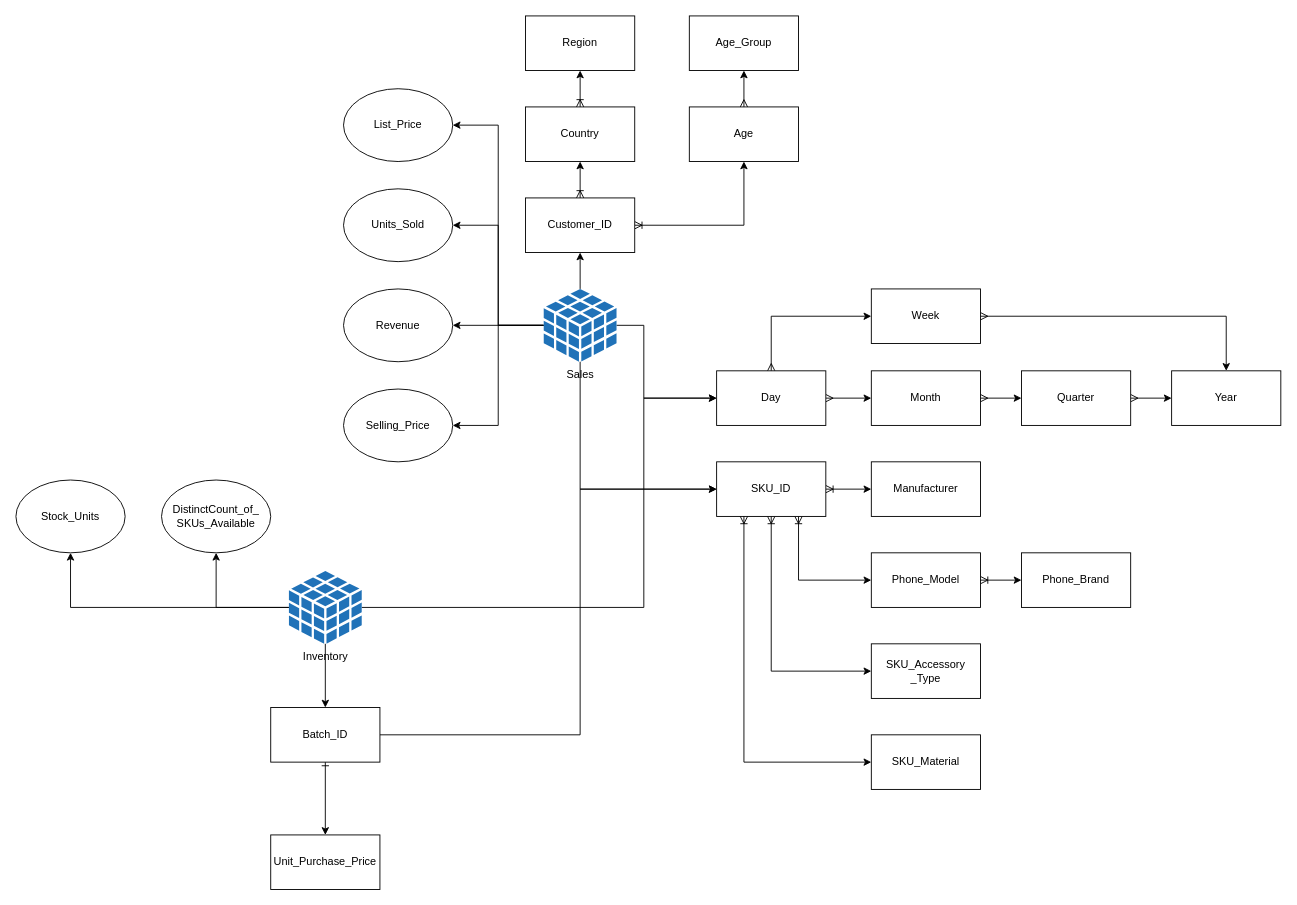
The draw.io diagram Data Warehousing/MultiDim_Modelling_Exercise/M/ER_Diagram.drawio in pmarcello01/Marcell_Poerczi_BIPM2026, before the edit. Source tidied: cells renumbered, new cells numbered last; positions are measured from the earlier drawing's top-left corner, leaving out a move shared by most shapes. Both pictures are drawn from the tidied source at 91%, with x=0, y=0 at pixel (15, 15).
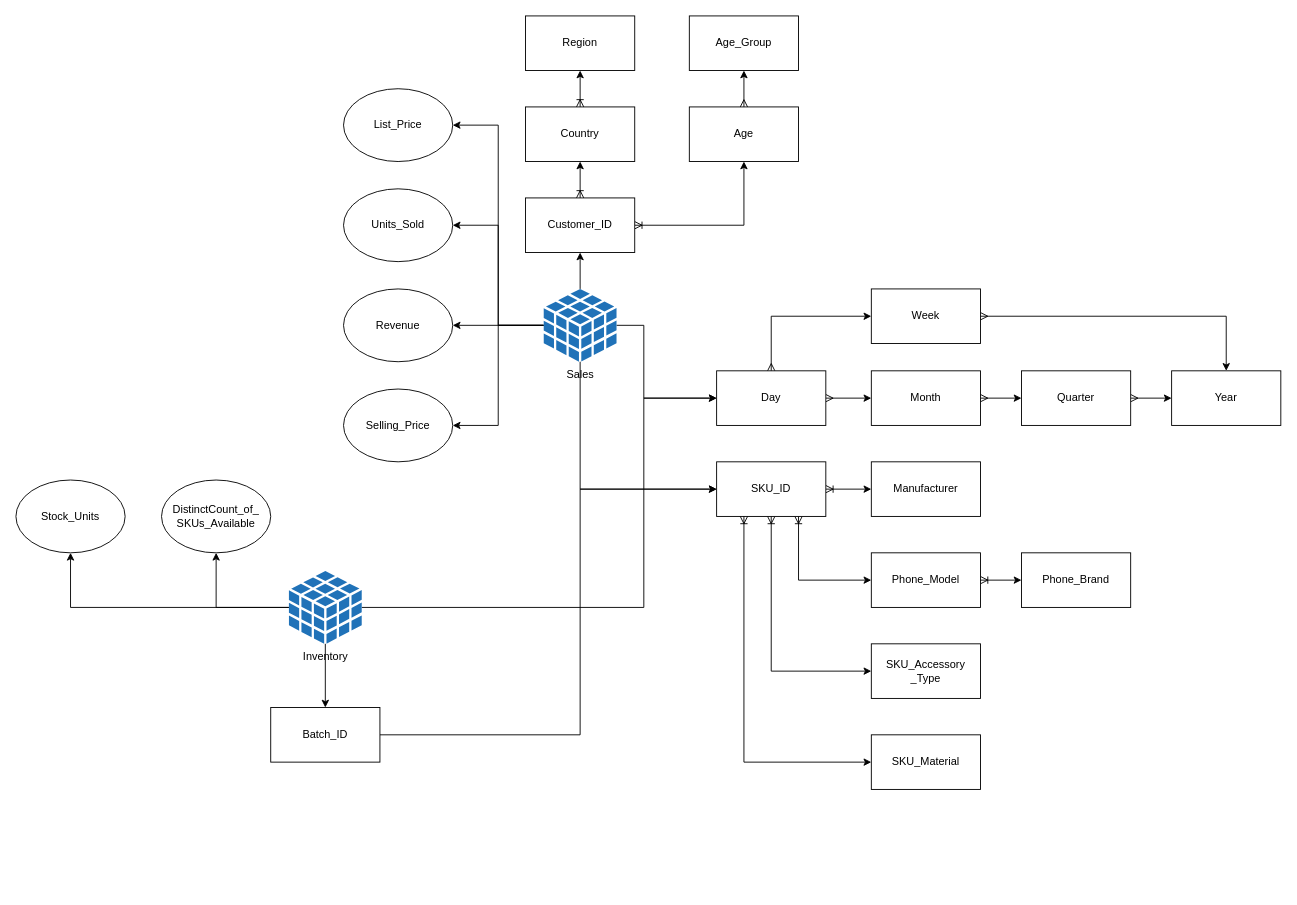
The same diagram, later.

Commit message:
Price_as_Measure

The change refers to these unchanged cells:
```xml
<mxCell id="47" value="Batch_ID" style="rounded=0;whiteSpace=wrap;html=1;" parent="1" vertex="1">
  <mxGeometry x="280" y="760" width="120" height="60" as="geometry" />
</mxCell>
```

The edit, as a diff of the source:
```diff
@@
-    <mxCell id="46" style="edgeStyle=orthogonalEdgeStyle;rounded=0;jettySize=auto;html=1;defaultLabelBackgroundColor=page;labelPadding=0 4;startArrow=ERone;startFill=0;" parent="1" edge="1" source="47" target="48">
-      <mxGeometry relative="1" as="geometry" />
-    </mxCell>
@@
-    <mxCell id="48" value="Unit_Purchase_Price" style="rounded=0;whiteSpace=wrap;html=1;" parent="1" vertex="1">
-      <mxGeometry x="280" y="900" width="120" height="60" as="geometry" />
-    </mxCell>
```
